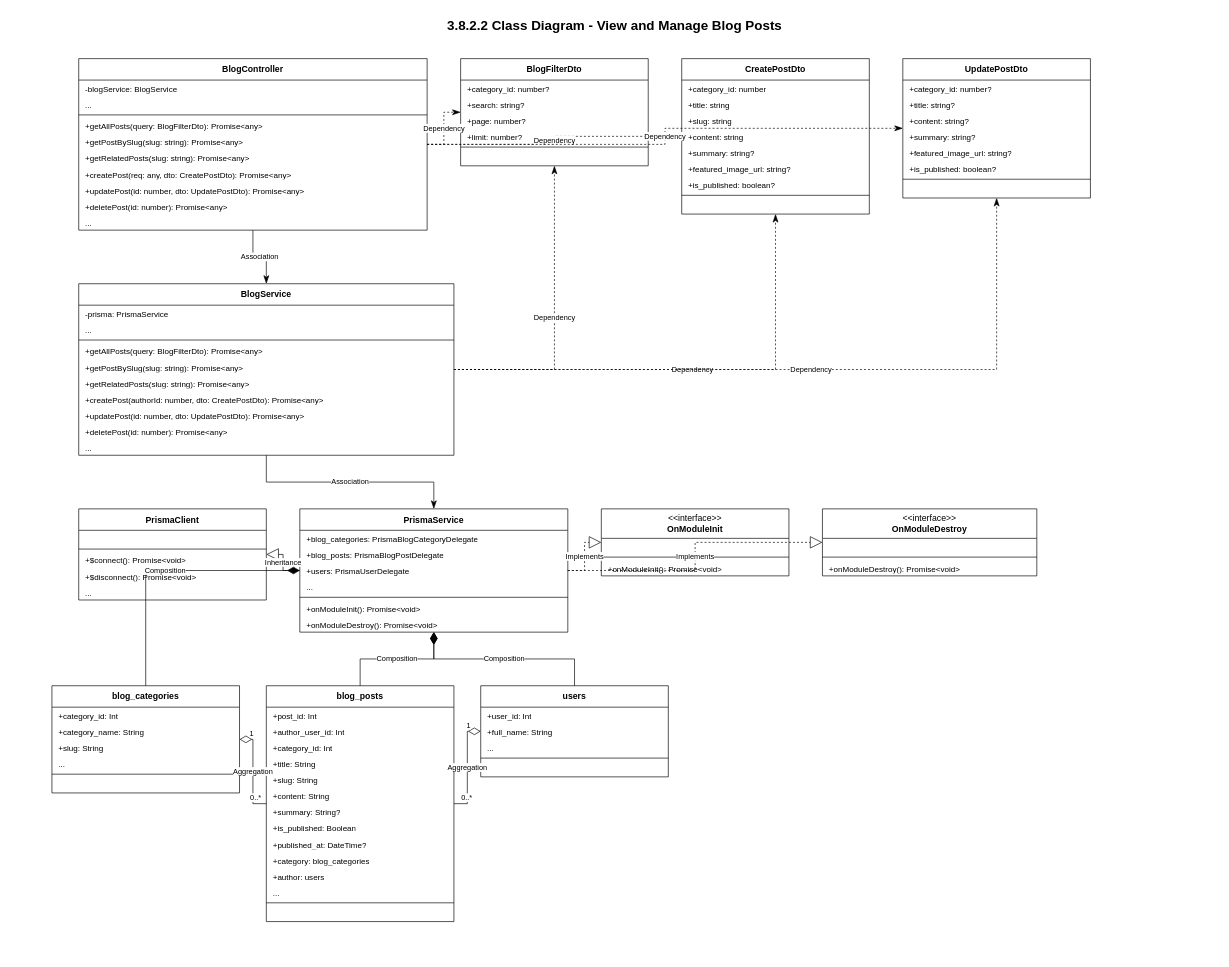
Above: page "View & Manage Blog Posts" (3 of 5) of blog_all_class_diagrams.drawio in CuongBC195/class-diagram-donation-blood (draw.io), before the change. Source tidied: cells renumbered, new cells numbered last; positions are measured from the earlier drawing's top-left corner, leaving out a move shared by most shapes. Both pictures are drawn from the tidied source at 67%, with x=0, y=0 at pixel (11, 11).
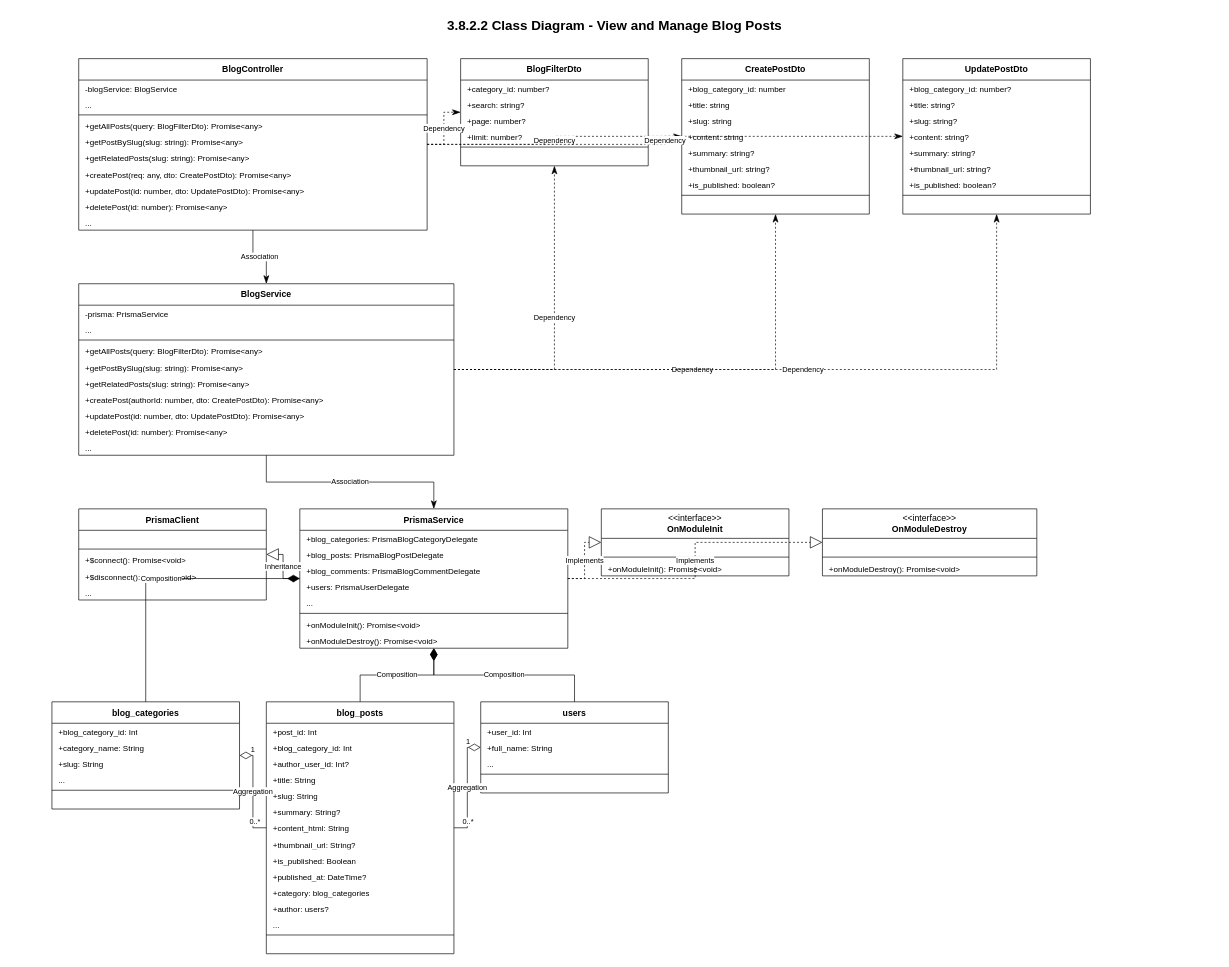
The same page after the edit.

Commit message (it also covers changes not shown here):
fix(diagrams): align Auth and Blog modules 100% with NestJS source and Prisma schema

Unchanged cells that the change refers to:
```xml
<mxCell id="21" value="&lt;b&gt;CreatePostDto&lt;/b&gt;" style="swimlane;fontStyle=0;horizontal=1;startSize=32;whiteSpace=wrap;html=1;fillColor=#ffffff;strokeColor=#000000;swimlaneFillColor=#ffffff;fontColor=#000000;fontFamily=Arial;fontSize=13;" parent="1" vertex="1">
  <mxGeometry x="1000" y="70" width="280" height="232" as="geometry" />
</mxCell>
```

What changed in the source:
```diff
@@
-    <mxCell id="22" value="+category_id: number" style="text;strokeColor=none;fillColor=none;align=left;verticalAlign=top;spacingLeft=8;spacingRight=8;overflow=hidden;whiteSpace=wrap;html=1;fontFamily=Arial;fontSize=12;fontColor=#000000;" parent="21" vertex="1">
+    <mxCell id="22" value="+blog_category_id: number" style="text;strokeColor=none;fillColor=none;align=left;verticalAlign=top;spacingLeft=8;spacingRight=8;overflow=hidden;whiteSpace=wrap;html=1;fontFamily=Arial;fontSize=12;fontColor=#000000;" parent="21" vertex="1">
       <mxGeometry y="32" width="280" height="24" as="geometry" />
     </mxCell>
@@
-    <mxCell id="27" value="+featured_image_url: string?" style="text;strokeColor=none;fillColor=none;align=left;verticalAlign=top;spacingLeft=8;spacingRight=8;overflow=hidden;whiteSpace=wrap;html=1;fontFamily=Arial;fontSize=12;fontColor=#000000;" parent="21" vertex="1">
+    <mxCell id="27" value="+thumbnail_url: string?" style="text;strokeColor=none;fillColor=none;align=left;verticalAlign=top;spacingLeft=8;spacingRight=8;overflow=hidden;whiteSpace=wrap;html=1;fontFamily=Arial;fontSize=12;fontColor=#000000;" parent="21" vertex="1">
       <mxGeometry y="152" width="280" height="24" as="geometry" />
     </mxCell>
@@
     <mxCell id="31" value="&lt;b&gt;UpdatePostDto&lt;/b&gt;" style="swimlane;fontStyle=0;horizontal=1;startSize=32;whiteSpace=wrap;html=1;fillColor=#ffffff;strokeColor=#000000;swimlaneFillColor=#ffffff;fontColor=#000000;fontFamily=Arial;fontSize=13;" parent="1" vertex="1">
-      <mxGeometry x="1330" y="70" width="280" height="208" as="geometry" />
+      <mxGeometry x="1330" y="70" width="280" height="232" as="geometry" />
     </mxCell>
-    <mxCell id="32" value="+category_id: number?" style="text;strokeColor=none;fillColor=none;align=left;verticalAlign=top;spacingLeft=8;spacingRight=8;overflow=hidden;whiteSpace=wrap;html=1;fontFamily=Arial;fontSize=12;fontColor=#000000;" parent="31" vertex="1">
+    <mxCell id="32" value="+blog_category_id: number?" style="text;strokeColor=none;fillColor=none;align=left;verticalAlign=top;spacingLeft=8;spacingRight=8;overflow=hidden;whiteSpace=wrap;html=1;fontFamily=Arial;fontSize=12;fontColor=#000000;" parent="31" vertex="1">
       <mxGeometry y="32" width="280" height="24" as="geometry" />
     </mxCell>
@@
-    <mxCell id="34" value="+content: string?" style="text;strokeColor=none;fillColor=none;align=left;verticalAlign=top;spacingLeft=8;spacingRight=8;overflow=hidden;whiteSpace=wrap;html=1;fontFamily=Arial;fontSize=12;fontColor=#000000;" parent="31" vertex="1">
+    <mxCell id="34" value="+slug: string?" style="text;strokeColor=none;fillColor=none;align=left;verticalAlign=top;spacingLeft=8;spacingRight=8;overflow=hidden;whiteSpace=wrap;html=1;fontFamily=Arial;fontSize=12;fontColor=#000000;" parent="31" vertex="1">
       <mxGeometry y="80" width="280" height="24" as="geometry" />
     </mxCell>
-    <mxCell id="35" value="+summary: string?" style="text;strokeColor=none;fillColor=none;align=left;verticalAlign=top;spacingLeft=8;spacingRight=8;overflow=hidden;whiteSpace=wrap;html=1;fontFamily=Arial;fontSize=12;fontColor=#000000;" parent="31" vertex="1">
+    <mxCell id="35" value="+content: string?" style="text;strokeColor=none;fillColor=none;align=left;verticalAlign=top;spacingLeft=8;spacingRight=8;overflow=hidden;whiteSpace=wrap;html=1;fontFamily=Arial;fontSize=12;fontColor=#000000;" parent="31" vertex="1">
       <mxGeometry y="104" width="280" height="24" as="geometry" />
     </mxCell>
-    <mxCell id="36" value="+featured_image_url: string?" style="text;strokeColor=none;fillColor=none;align=left;verticalAlign=top;spacingLeft=8;spacingRight=8;overflow=hidden;whiteSpace=wrap;html=1;fontFamily=Arial;fontSize=12;fontColor=#000000;" parent="31" vertex="1">
+    <mxCell id="36" value="+summary: string?" style="text;strokeColor=none;fillColor=none;align=left;verticalAlign=top;spacingLeft=8;spacingRight=8;overflow=hidden;whiteSpace=wrap;html=1;fontFamily=Arial;fontSize=12;fontColor=#000000;" parent="31" vertex="1">
       <mxGeometry y="128" width="280" height="24" as="geometry" />
     </mxCell>
-    <mxCell id="37" value="+is_published: boolean?" style="text;strokeColor=none;fillColor=none;align=left;verticalAlign=top;spacingLeft=8;spacingRight=8;overflow=hidden;whiteSpace=wrap;html=1;fontFamily=Arial;fontSize=12;fontColor=#000000;" parent="31" vertex="1">
+    <mxCell id="37" value="+thumbnail_url: string?" style="text;strokeColor=none;fillColor=none;align=left;verticalAlign=top;spacingLeft=8;spacingRight=8;overflow=hidden;whiteSpace=wrap;html=1;fontFamily=Arial;fontSize=12;fontColor=#000000;" parent="31" vertex="1">
       <mxGeometry y="152" width="280" height="24" as="geometry" />
     </mxCell>
+    <mxCell id="121" value="+is_published: boolean?" style="text;strokeColor=none;fillColor=none;align=left;verticalAlign=top;spacingLeft=8;spacingRight=8;overflow=hidden;whiteSpace=wrap;html=1;fontFamily=Arial;fontSize=12;fontColor=#000000;" parent="31" vertex="1">
+      <mxGeometry y="176" width="280" height="24" as="geometry" />
+    </mxCell>
     <mxCell id="38" style="line;strokeWidth=1;fillColor=none;strokeColor=#000000;align=left;verticalAlign=middle;" parent="31" vertex="1">
-      <mxGeometry y="176" width="280" height="8" as="geometry" />
+      <mxGeometry y="200" width="280" height="8" as="geometry" />
     </mxCell>
     <mxCell id="39" value=" " style="text;strokeColor=none;fillColor=none;align=left;verticalAlign=top;spacingLeft=8;spacingRight=8;overflow=hidden;whiteSpace=wrap;html=1;fontFamily=Arial;fontSize=12;fontColor=#000000;" parent="31" vertex="1">
-      <mxGeometry y="184" width="280" height="24" as="geometry" />
+      <mxGeometry y="208" width="280" height="24" as="geometry" />
     </mxCell>
@@
     <mxCell id="65" value="&lt;b&gt;PrismaService&lt;/b&gt;" style="swimlane;fontStyle=0;horizontal=1;startSize=32;whiteSpace=wrap;html=1;fillColor=#ffffff;strokeColor=#000000;swimlaneFillColor=#ffffff;fontColor=#000000;fontFamily=Arial;fontSize=13;" parent="1" vertex="1">
-      <mxGeometry x="430" y="742" width="400" height="184" as="geometry" />
+      <mxGeometry x="430" y="742" width="400" height="208" as="geometry" />
     </mxCell>
@@
-    <mxCell id="68" value="+users: PrismaUserDelegate" style="text;strokeColor=none;fillColor=none;align=left;verticalAlign=top;spacingLeft=8;spacingRight=8;overflow=hidden;whiteSpace=wrap;html=1;fontFamily=Arial;fontSize=12;fontColor=#000000;" parent="65" vertex="1">
+    <mxCell id="68" value="+blog_comments: PrismaBlogCommentDelegate" style="text;strokeColor=none;fillColor=none;align=left;verticalAlign=top;spacingLeft=8;spacingRight=8;overflow=hidden;whiteSpace=wrap;html=1;fontFamily=Arial;fontSize=12;fontColor=#000000;" parent="65" vertex="1">
       <mxGeometry y="80" width="400" height="24" as="geometry" />
     </mxCell>
-    <mxCell id="69" value="..." style="text;strokeColor=none;fillColor=none;align=left;verticalAlign=top;spacingLeft=8;spacingRight=8;overflow=hidden;whiteSpace=wrap;html=1;fontFamily=Arial;fontSize=12;fontColor=#000000;" parent="65" vertex="1">
+    <mxCell id="69" value="+users: PrismaUserDelegate" style="text;strokeColor=none;fillColor=none;align=left;verticalAlign=top;spacingLeft=8;spacingRight=8;overflow=hidden;whiteSpace=wrap;html=1;fontFamily=Arial;fontSize=12;fontColor=#000000;" parent="65" vertex="1">
       <mxGeometry y="104" width="400" height="24" as="geometry" />
     </mxCell>
+    <mxCell id="122" value="..." style="text;strokeColor=none;fillColor=none;align=left;verticalAlign=top;spacingLeft=8;spacingRight=8;overflow=hidden;whiteSpace=wrap;html=1;fontFamily=Arial;fontSize=12;fontColor=#000000;" parent="65" vertex="1">
+      <mxGeometry y="128" width="400" height="24" as="geometry" />
+    </mxCell>
     <mxCell id="70" style="line;strokeWidth=1;fillColor=none;strokeColor=#000000;align=left;verticalAlign=middle;" parent="65" vertex="1">
-      <mxGeometry y="128" width="400" height="8" as="geometry" />
+      <mxGeometry y="152" width="400" height="8" as="geometry" />
     </mxCell>
     <mxCell id="71" value="+onModuleInit(): Promise&amp;lt;void&amp;gt;" style="text;strokeColor=none;fillColor=none;align=left;verticalAlign=top;spacingLeft=8;spacingRight=8;overflow=hidden;whiteSpace=wrap;html=1;fontFamily=Arial;fontSize=12;fontColor=#000000;" parent="65" vertex="1">
-      <mxGeometry y="136" width="400" height="24" as="geometry" />
+      <mxGeometry y="160" width="400" height="24" as="geometry" />
     </mxCell>
     <mxCell id="72" value="+onModuleDestroy(): Promise&amp;lt;void&amp;gt;" style="text;strokeColor=none;fillColor=none;align=left;verticalAlign=top;spacingLeft=8;spacingRight=8;overflow=hidden;whiteSpace=wrap;html=1;fontFamily=Arial;fontSize=12;fontColor=#000000;" parent="65" vertex="1">
-      <mxGeometry y="160" width="400" height="24" as="geometry" />
+      <mxGeometry y="184" width="400" height="24" as="geometry" />
     </mxCell>
     <mxCell id="73" value="&lt;b&gt;blog_categories&lt;/b&gt;" style="swimlane;fontStyle=0;horizontal=1;startSize=32;whiteSpace=wrap;html=1;fillColor=#ffffff;strokeColor=#000000;swimlaneFillColor=#ffffff;fontColor=#000000;fontFamily=Arial;fontSize=13;" parent="1" vertex="1">
-      <mxGeometry x="60" y="1006" width="280" height="160" as="geometry" />
+      <mxGeometry x="60" y="1030" width="280" height="160" as="geometry" />
     </mxCell>
-    <mxCell id="74" value="+category_id: Int" style="text;strokeColor=none;fillColor=none;align=left;verticalAlign=top;spacingLeft=8;spacingRight=8;overflow=hidden;whiteSpace=wrap;html=1;fontFamily=Arial;fontSize=12;fontColor=#000000;" parent="73" vertex="1">
+    <mxCell id="74" value="+blog_category_id: Int" style="text;strokeColor=none;fillColor=none;align=left;verticalAlign=top;spacingLeft=8;spacingRight=8;overflow=hidden;whiteSpace=wrap;html=1;fontFamily=Arial;fontSize=12;fontColor=#000000;" parent="73" vertex="1">
       <mxGeometry y="32" width="280" height="24" as="geometry" />
     </mxCell>
@@
     <mxCell id="80" value="&lt;b&gt;blog_posts&lt;/b&gt;" style="swimlane;fontStyle=0;horizontal=1;startSize=32;whiteSpace=wrap;html=1;fillColor=#ffffff;strokeColor=#000000;swimlaneFillColor=#ffffff;fontColor=#000000;fontFamily=Arial;fontSize=13;" parent="1" vertex="1">
-      <mxGeometry x="380" y="1006" width="280" height="352" as="geometry" />
+      <mxGeometry x="380" y="1030" width="280" height="376" as="geometry" />
     </mxCell>
@@
-    <mxCell id="82" value="+author_user_id: Int" style="text;strokeColor=none;fillColor=none;align=left;verticalAlign=top;spacingLeft=8;spacingRight=8;overflow=hidden;whiteSpace=wrap;html=1;fontFamily=Arial;fontSize=12;fontColor=#000000;" parent="80" vertex="1">
+    <mxCell id="82" value="+blog_category_id: Int" style="text;strokeColor=none;fillColor=none;align=left;verticalAlign=top;spacingLeft=8;spacingRight=8;overflow=hidden;whiteSpace=wrap;html=1;fontFamily=Arial;fontSize=12;fontColor=#000000;" parent="80" vertex="1">
       <mxGeometry y="56" width="280" height="24" as="geometry" />
     </mxCell>
-    <mxCell id="83" value="+category_id: Int" style="text;strokeColor=none;fillColor=none;align=left;verticalAlign=top;spacingLeft=8;spacingRight=8;overflow=hidden;whiteSpace=wrap;html=1;fontFamily=Arial;fontSize=12;fontColor=#000000;" parent="80" vertex="1">
+    <mxCell id="83" value="+author_user_id: Int?" style="text;strokeColor=none;fillColor=none;align=left;verticalAlign=top;spacingLeft=8;spacingRight=8;overflow=hidden;whiteSpace=wrap;html=1;fontFamily=Arial;fontSize=12;fontColor=#000000;" parent="80" vertex="1">
       <mxGeometry y="80" width="280" height="24" as="geometry" />
     </mxCell>
@@
-    <mxCell id="86" value="+content: String" style="text;strokeColor=none;fillColor=none;align=left;verticalAlign=top;spacingLeft=8;spacingRight=8;overflow=hidden;whiteSpace=wrap;html=1;fontFamily=Arial;fontSize=12;fontColor=#000000;" parent="80" vertex="1">
+    <mxCell id="86" value="+summary: String?" style="text;strokeColor=none;fillColor=none;align=left;verticalAlign=top;spacingLeft=8;spacingRight=8;overflow=hidden;whiteSpace=wrap;html=1;fontFamily=Arial;fontSize=12;fontColor=#000000;" parent="80" vertex="1">
       <mxGeometry y="152" width="280" height="24" as="geometry" />
     </mxCell>
-    <mxCell id="87" value="+summary: String?" style="text;strokeColor=none;fillColor=none;align=left;verticalAlign=top;spacingLeft=8;spacingRight=8;overflow=hidden;whiteSpace=wrap;html=1;fontFamily=Arial;fontSize=12;fontColor=#000000;" parent="80" vertex="1">
+    <mxCell id="87" value="+content_html: String" style="text;strokeColor=none;fillColor=none;align=left;verticalAlign=top;spacingLeft=8;spacingRight=8;overflow=hidden;whiteSpace=wrap;html=1;fontFamily=Arial;fontSize=12;fontColor=#000000;" parent="80" vertex="1">
       <mxGeometry y="176" width="280" height="24" as="geometry" />
     </mxCell>
-    <mxCell id="88" value="+is_published: Boolean" style="text;strokeColor=none;fillColor=none;align=left;verticalAlign=top;spacingLeft=8;spacingRight=8;overflow=hidden;whiteSpace=wrap;html=1;fontFamily=Arial;fontSize=12;fontColor=#000000;" parent="80" vertex="1">
+    <mxCell id="88" value="+thumbnail_url: String?" style="text;strokeColor=none;fillColor=none;align=left;verticalAlign=top;spacingLeft=8;spacingRight=8;overflow=hidden;whiteSpace=wrap;html=1;fontFamily=Arial;fontSize=12;fontColor=#000000;" parent="80" vertex="1">
       <mxGeometry y="200" width="280" height="24" as="geometry" />
     </mxCell>
-    <mxCell id="89" value="+published_at: DateTime?" style="text;strokeColor=none;fillColor=none;align=left;verticalAlign=top;spacingLeft=8;spacingRight=8;overflow=hidden;whiteSpace=wrap;html=1;fontFamily=Arial;fontSize=12;fontColor=#000000;" parent="80" vertex="1">
+    <mxCell id="89" value="+is_published: Boolean" style="text;strokeColor=none;fillColor=none;align=left;verticalAlign=top;spacingLeft=8;spacingRight=8;overflow=hidden;whiteSpace=wrap;html=1;fontFamily=Arial;fontSize=12;fontColor=#000000;" parent="80" vertex="1">
       <mxGeometry y="224" width="280" height="24" as="geometry" />
     </mxCell>
-    <mxCell id="90" value="+category: blog_categories" style="text;strokeColor=none;fillColor=none;align=left;verticalAlign=top;spacingLeft=8;spacingRight=8;overflow=hidden;whiteSpace=wrap;html=1;fontFamily=Arial;fontSize=12;fontColor=#000000;" parent="80" vertex="1">
+    <mxCell id="90" value="+published_at: DateTime?" style="text;strokeColor=none;fillColor=none;align=left;verticalAlign=top;spacingLeft=8;spacingRight=8;overflow=hidden;whiteSpace=wrap;html=1;fontFamily=Arial;fontSize=12;fontColor=#000000;" parent="80" vertex="1">
       <mxGeometry y="248" width="280" height="24" as="geometry" />
     </mxCell>
-    <mxCell id="91" value="+author: users" style="text;strokeColor=none;fillColor=none;align=left;verticalAlign=top;spacingLeft=8;spacingRight=8;overflow=hidden;whiteSpace=wrap;html=1;fontFamily=Arial;fontSize=12;fontColor=#000000;" parent="80" vertex="1">
+    <mxCell id="91" value="+category: blog_categories" style="text;strokeColor=none;fillColor=none;align=left;verticalAlign=top;spacingLeft=8;spacingRight=8;overflow=hidden;whiteSpace=wrap;html=1;fontFamily=Arial;fontSize=12;fontColor=#000000;" parent="80" vertex="1">
       <mxGeometry y="272" width="280" height="24" as="geometry" />
     </mxCell>
-    <mxCell id="92" value="..." style="text;strokeColor=none;fillColor=none;align=left;verticalAlign=top;spacingLeft=8;spacingRight=8;overflow=hidden;whiteSpace=wrap;html=1;fontFamily=Arial;fontSize=12;fontColor=#000000;" parent="80" vertex="1">
+    <mxCell id="92" value="+author: users?" style="text;strokeColor=none;fillColor=none;align=left;verticalAlign=top;spacingLeft=8;spacingRight=8;overflow=hidden;whiteSpace=wrap;html=1;fontFamily=Arial;fontSize=12;fontColor=#000000;" parent="80" vertex="1">
       <mxGeometry y="296" width="280" height="24" as="geometry" />
     </mxCell>
+    <mxCell id="123" value="..." style="text;strokeColor=none;fillColor=none;align=left;verticalAlign=top;spacingLeft=8;spacingRight=8;overflow=hidden;whiteSpace=wrap;html=1;fontFamily=Arial;fontSize=12;fontColor=#000000;" parent="80" vertex="1">
+      <mxGeometry y="320" width="280" height="24" as="geometry" />
+    </mxCell>
     <mxCell id="93" style="line;strokeWidth=1;fillColor=none;strokeColor=#000000;align=left;verticalAlign=middle;" parent="80" vertex="1">
-      <mxGeometry y="320" width="280" height="8" as="geometry" />
+      <mxGeometry y="344" width="280" height="8" as="geometry" />
     </mxCell>
     <mxCell id="94" value=" " style="text;strokeColor=none;fillColor=none;align=left;verticalAlign=top;spacingLeft=8;spacingRight=8;overflow=hidden;whiteSpace=wrap;html=1;fontFamily=Arial;fontSize=12;fontColor=#000000;" parent="80" vertex="1">
-      <mxGeometry y="328" width="280" height="24" as="geometry" />
+      <mxGeometry y="352" width="280" height="24" as="geometry" />
     </mxCell>
     <mxCell id="95" value="&lt;b&gt;users&lt;/b&gt;" style="swimlane;fontStyle=0;horizontal=1;startSize=32;whiteSpace=wrap;html=1;fillColor=#ffffff;strokeColor=#000000;swimlaneFillColor=#ffffff;fontColor=#000000;fontFamily=Arial;fontSize=13;" parent="1" vertex="1">
-      <mxGeometry x="700" y="1006" width="280" height="136" as="geometry" />
+      <mxGeometry x="700" y="1030" width="280" height="136" as="geometry" />
     </mxCell>
```
